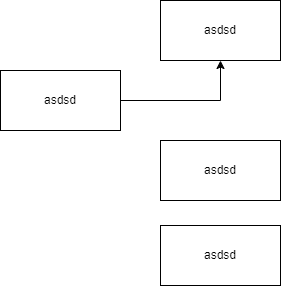
Earlier version of the draw.io export 博客分类.drawio.png (HaloBoys/Diagrams). Source tidied: cells renumbered, new cells last; positions are measured from the earlier drawing's top-left corner, leaving out a move shared by most shapes. The source it was exported from:
```xml
<mxGraphModel>
  <root>
    <mxCell id="0" />
    <mxCell id="1" parent="0" />
    <mxCell id="2" style="edgeStyle=orthogonalEdgeStyle;rounded=0;jettySize=auto;html=1;" parent="1" edge="1" source="3" target="4">
      <mxGeometry relative="1" as="geometry" />
    </mxCell>
    <mxCell id="3" value="asdsd" style="rounded=0;whiteSpace=wrap;html=1;" parent="1" vertex="1">
      <mxGeometry y="70" width="120" height="60" as="geometry" />
    </mxCell>
    <mxCell id="4" value="asdsd" style="rounded=0;whiteSpace=wrap;html=1;" parent="1" vertex="1">
      <mxGeometry x="160" width="120" height="60" as="geometry" />
    </mxCell>
    <mxCell id="5" value="asdsd" style="rounded=0;whiteSpace=wrap;html=1;" parent="1" vertex="1">
      <mxGeometry x="160" y="225" width="120" height="60" as="geometry" />
    </mxCell>
    <mxCell id="6" value="asdsd" style="rounded=0;whiteSpace=wrap;html=1;" parent="1" vertex="1">
      <mxGeometry x="160" y="140" width="120" height="60" as="geometry" />
    </mxCell>
  </root>
</mxGraphModel>
```
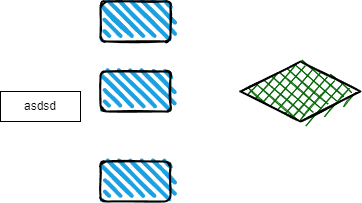
Above is the later version.

Commit message:
更新博客分类.drawio.png

Diff of the diagram source:
```diff
@@ -2,20 +2,20 @@
   <root>
     <mxCell id="0" />
     <mxCell id="1" parent="0" />
-    <mxCell id="2" style="edgeStyle=orthogonalEdgeStyle;rounded=0;jettySize=auto;html=1;" parent="1" edge="1" source="3" target="4">
-      <mxGeometry relative="1" as="geometry" />
-    </mxCell>
     <mxCell id="3" value="asdsd" style="rounded=0;whiteSpace=wrap;html=1;" parent="1" vertex="1">
-      <mxGeometry y="70" width="120" height="60" as="geometry" />
+      <mxGeometry y="70" width="80" height="30" as="geometry" />
     </mxCell>
-    <mxCell id="4" value="asdsd" style="rounded=0;whiteSpace=wrap;html=1;" parent="1" vertex="1">
-      <mxGeometry x="160" width="120" height="60" as="geometry" />
-    </mxCell>
-    <mxCell id="5" value="asdsd" style="rounded=0;whiteSpace=wrap;html=1;" parent="1" vertex="1">
-      <mxGeometry x="160" y="225" width="120" height="60" as="geometry" />
-    </mxCell>
-    <mxCell id="6" value="asdsd" style="rounded=0;whiteSpace=wrap;html=1;" parent="1" vertex="1">
-      <mxGeometry x="160" y="140" width="120" height="60" as="geometry" />
-    </mxCell>
+    <mxCell id="7" style="rounded=1;whiteSpace=wrap;html=1;strokeWidth=2;fillWeight=4;hachureGap=8;hachureAngle=45;fillColor=#1ba1e2;sketch=1;" parent="1" vertex="1">
+      <mxGeometry x="100" y="-20" width="70" height="40" as="geometry" />
+    </mxCell>
+    <mxCell id="8" style="rounded=1;whiteSpace=wrap;html=1;strokeWidth=2;fillWeight=4;hachureGap=8;hachureAngle=45;fillColor=#1ba1e2;sketch=1;" parent="1" vertex="1">
+      <mxGeometry x="100" y="50" width="70" height="40" as="geometry" />
+    </mxCell>
+    <mxCell id="9" style="rounded=1;whiteSpace=wrap;html=1;strokeWidth=2;fillWeight=4;hachureGap=8;hachureAngle=45;fillColor=#1ba1e2;sketch=1;" parent="1" vertex="1">
+      <mxGeometry x="100" y="140" width="70" height="40" as="geometry" />
+    </mxCell>
+    <mxCell id="10" style="rhombus;whiteSpace=wrap;html=1;strokeWidth=2;fillWeight=-1;hachureGap=8;fillStyle=cross-hatch;fillColor=#006600;sketch=1;" parent="1" vertex="1">
+      <mxGeometry x="240" y="40" width="120" height="60" as="geometry" />
+    </mxCell>
   </root>
 </mxGraphModel>
```
